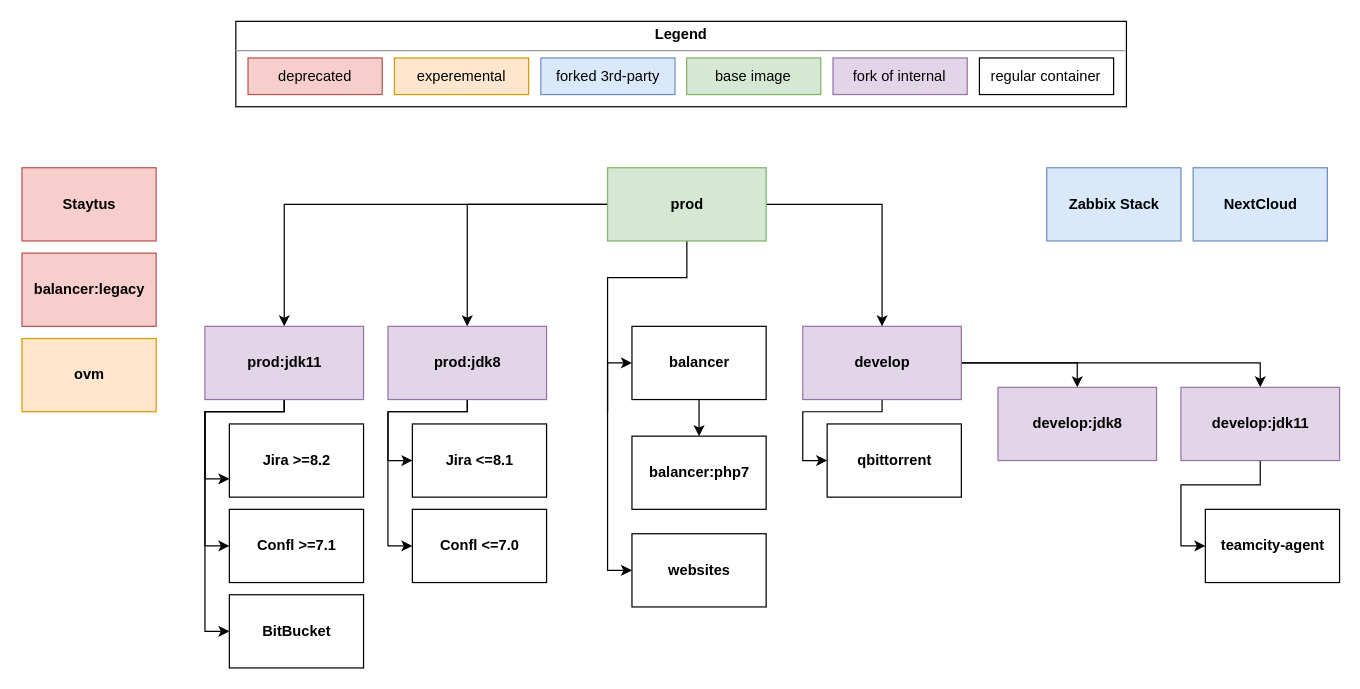
This is .github/docker-scripts.drawio from EpicMorg/docker, a draw.io file, before an edit. Source tidied: cells renumbered, new cells numbered last; positions are measured from the earlier drawing's top-left corner, leaving out a move shared by most shapes. Both pictures are drawn from the tidied source at 122%, with x=0, y=0 at pixel (22, 21).
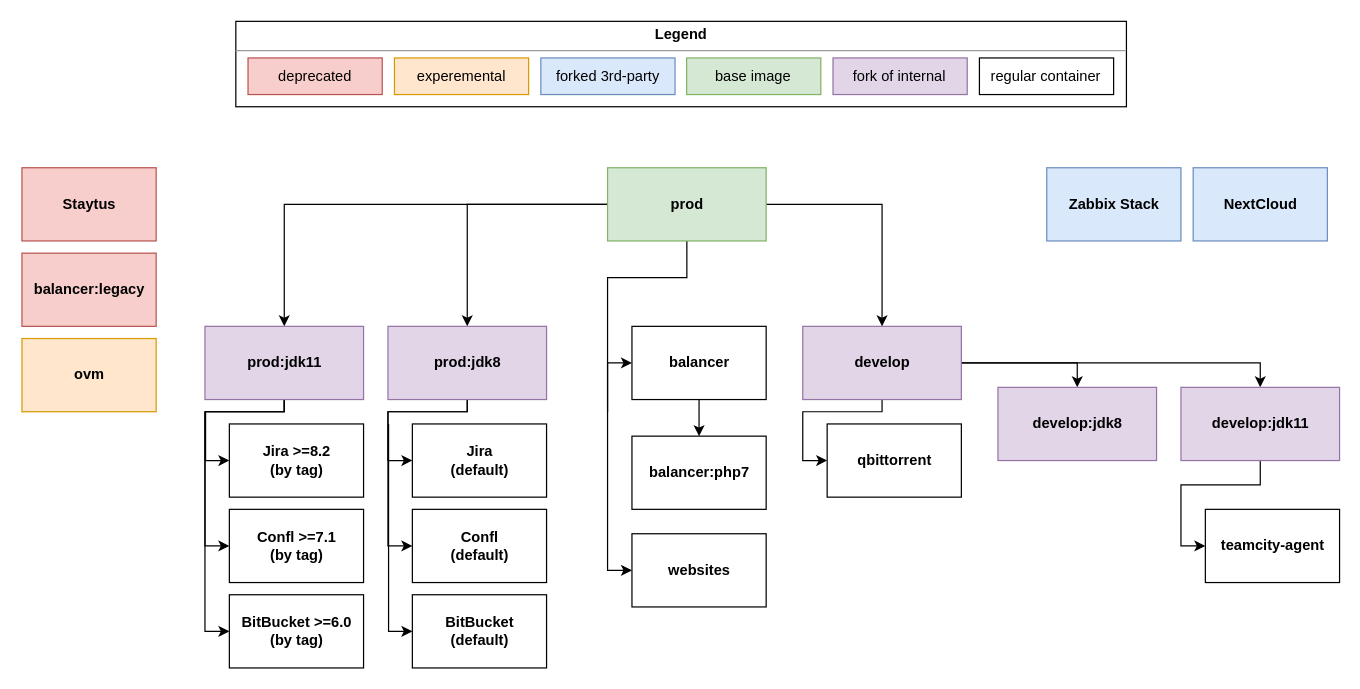
Above is the later version.

Unchanged cells that the change refers to:
```xml
<mxCell id="24" value="&lt;span style=&quot;font-weight: 700 ; white-space: nowrap&quot;&gt;prod&lt;/span&gt;&lt;span style=&quot;font-weight: 700 ; white-space: nowrap&quot;&gt;:jdk&lt;/span&gt;&lt;span style=&quot;font-weight: 700 ; white-space: nowrap&quot;&gt;11&lt;/span&gt;" style="whiteSpace=wrap;html=1;align=center;verticalAlign=middle;fillColor=#e1d5e7;strokeColor=#9673a6;" parent="1" vertex="1">
  <mxGeometry x="149.5" y="250" width="130" height="60" as="geometry" />
</mxCell>
```

Diff of the diagram source:
```diff
@@
+    <mxCell id="46" style="edgeStyle=orthogonalEdgeStyle;rounded=0;jettySize=auto;html=1;entryX=0;entryY=0.5;entryDx=0;entryDy=0;" parent="1" edge="1" target="47">
+      <mxGeometry relative="1" as="geometry">
+        <mxPoint x="300" y="330" as="sourcePoint" />
+        <Array as="points">
+          <mxPoint x="300" y="500" />
+        </Array>
+      </mxGeometry>
+    </mxCell>
@@
-    <mxCell id="21" style="edgeStyle=orthogonalEdgeStyle;rounded=0;jettySize=auto;html=1;entryX=0;entryY=0.75;entryDx=0;entryDy=0;" parent="1" edge="1" source="24" target="28">
+    <mxCell id="21" style="edgeStyle=orthogonalEdgeStyle;rounded=0;jettySize=auto;html=1;entryX=0;entryY=0.5;entryDx=0;entryDy=0;" parent="1" edge="1" source="24" target="28">
       <mxGeometry relative="1" as="geometry">
         <Array as="points">
-          <mxPoint x="214.5" y="320" />
-          <mxPoint x="149.5" y="320" />
-          <mxPoint x="149.5" y="375" />
+          <mxPoint x="215" y="320" />
+          <mxPoint x="150" y="320" />
+          <mxPoint x="150" y="360" />
         </Array>
       </mxGeometry>
     </mxCell>
@@
-    <mxCell id="27" value="&lt;span style=&quot;font-weight: 700 ; white-space: nowrap&quot;&gt;Jira &amp;lt;=8.1&lt;/span&gt;" style="whiteSpace=wrap;html=1;align=center;verticalAlign=middle;" parent="1" vertex="1">
+    <mxCell id="27" value="&lt;span style=&quot;font-weight: 700 ; white-space: nowrap&quot;&gt;Jira&lt;br&gt;(default)&lt;/span&gt;" style="whiteSpace=wrap;html=1;align=center;verticalAlign=middle;" parent="1" vertex="1">
       <mxGeometry x="319.5" y="330" width="110" height="60" as="geometry" />
     </mxCell>
-    <mxCell id="28" value="&lt;span style=&quot;font-weight: 700 ; white-space: nowrap&quot;&gt;Jira &amp;gt;=8.2&lt;/span&gt;" style="whiteSpace=wrap;html=1;align=center;verticalAlign=middle;" parent="1" vertex="1">
+    <mxCell id="28" value="&lt;span style=&quot;font-weight: 700 ; white-space: nowrap&quot;&gt;Jira &amp;gt;=8.2&lt;br&gt;(by tag)&lt;br&gt;&lt;/span&gt;" style="whiteSpace=wrap;html=1;align=center;verticalAlign=middle;" parent="1" vertex="1">
       <mxGeometry x="169.5" y="330" width="110" height="60" as="geometry" />
     </mxCell>
-    <mxCell id="29" value="&lt;span style=&quot;font-weight: 700 ; white-space: nowrap&quot;&gt;Confl &amp;gt;=7.1&lt;/span&gt;" style="whiteSpace=wrap;html=1;align=center;verticalAlign=middle;" parent="1" vertex="1">
+    <mxCell id="29" value="&lt;span style=&quot;font-weight: 700 ; white-space: nowrap&quot;&gt;Confl &amp;gt;=7.1&lt;/span&gt;&lt;br style=&quot;font-weight: 700 ; white-space: nowrap&quot;&gt;&lt;span style=&quot;font-weight: 700 ; white-space: nowrap&quot;&gt;(by tag)&lt;/span&gt;" style="whiteSpace=wrap;html=1;align=center;verticalAlign=middle;" parent="1" vertex="1">
       <mxGeometry x="169.5" y="400" width="110" height="60" as="geometry" />
     </mxCell>
-    <mxCell id="30" value="&lt;span style=&quot;font-weight: 700 ; white-space: nowrap&quot;&gt;Confl &amp;lt;=7.0&lt;/span&gt;" style="whiteSpace=wrap;html=1;align=center;verticalAlign=middle;" parent="1" vertex="1">
+    <mxCell id="30" value="&lt;span style=&quot;font-weight: 700 ; white-space: nowrap&quot;&gt;Confl&lt;br&gt;(&lt;/span&gt;&lt;span style=&quot;font-weight: 700 ; white-space: nowrap&quot;&gt;default&lt;/span&gt;&lt;span style=&quot;font-weight: 700 ; white-space: nowrap&quot;&gt;)&lt;/span&gt;" style="whiteSpace=wrap;html=1;align=center;verticalAlign=middle;" parent="1" vertex="1">
       <mxGeometry x="319.5" y="400" width="110" height="60" as="geometry" />
     </mxCell>
-    <mxCell id="31" value="&lt;b&gt;BitBucket&lt;/b&gt;" style="whiteSpace=wrap;html=1;align=center;verticalAlign=middle;" parent="1" vertex="1">
+    <mxCell id="31" value="&lt;b&gt;BitBucket &amp;gt;=6.0&lt;/b&gt;&lt;br style=&quot;font-weight: 700 ; white-space: nowrap&quot;&gt;&lt;span style=&quot;font-weight: 700 ; white-space: nowrap&quot;&gt;(by tag)&lt;/span&gt;" style="whiteSpace=wrap;html=1;align=center;verticalAlign=middle;" parent="1" vertex="1">
       <mxGeometry x="169.5" y="470" width="110" height="60" as="geometry" />
     </mxCell>
@@
+    <mxCell id="47" value="&lt;b&gt;BitBucket&lt;br&gt;(&lt;/b&gt;&lt;span style=&quot;font-weight: 700 ; white-space: nowrap&quot;&gt;default&lt;/span&gt;&lt;b&gt;)&lt;/b&gt;" style="whiteSpace=wrap;html=1;align=center;verticalAlign=middle;" parent="1" vertex="1">
+      <mxGeometry x="319.5" y="470" width="110" height="60" as="geometry" />
+    </mxCell>
```
